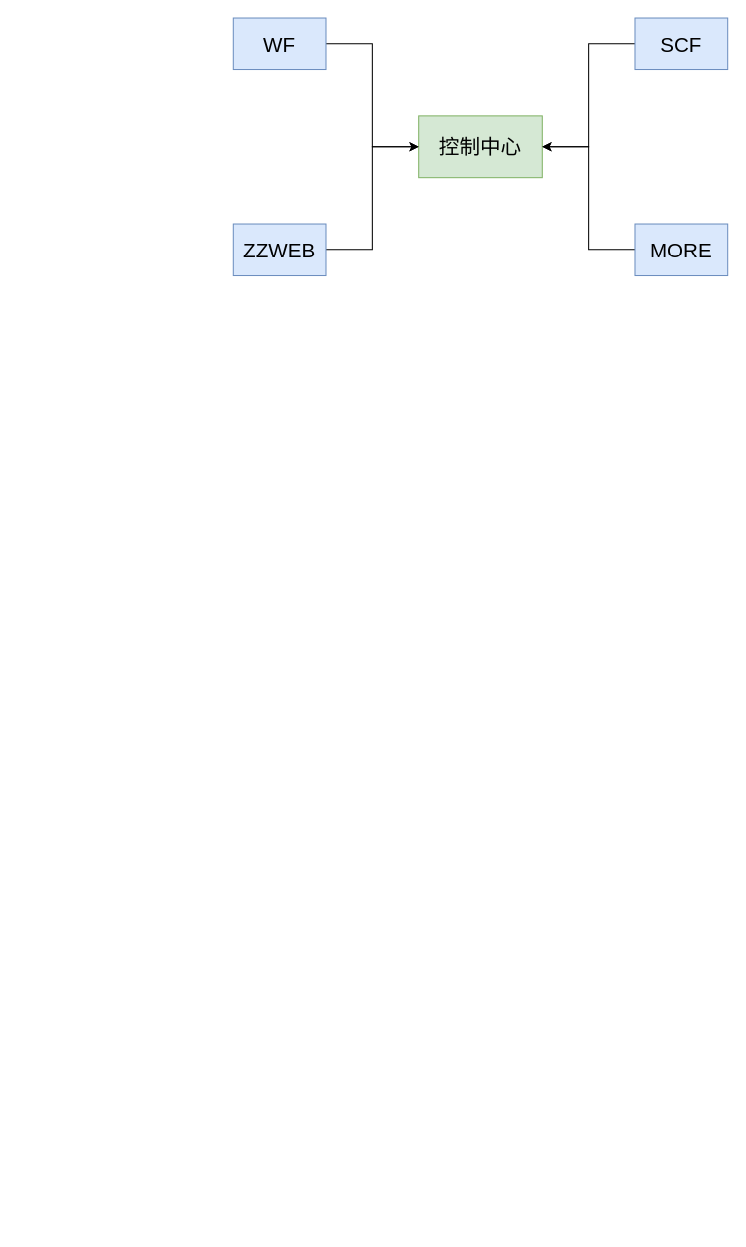
The draw.io diagram zz/srvmgr/Untitled Diagram.drawio in waterystone/draw_io, before the edit. Source tidied: cells renumbered, new cells numbered last; positions are measured from the earlier drawing's top-left corner, leaving out a move shared by most shapes. Both pictures are drawn from the tidied source at 103%, with x=0, y=0 at pixel (233, 18).
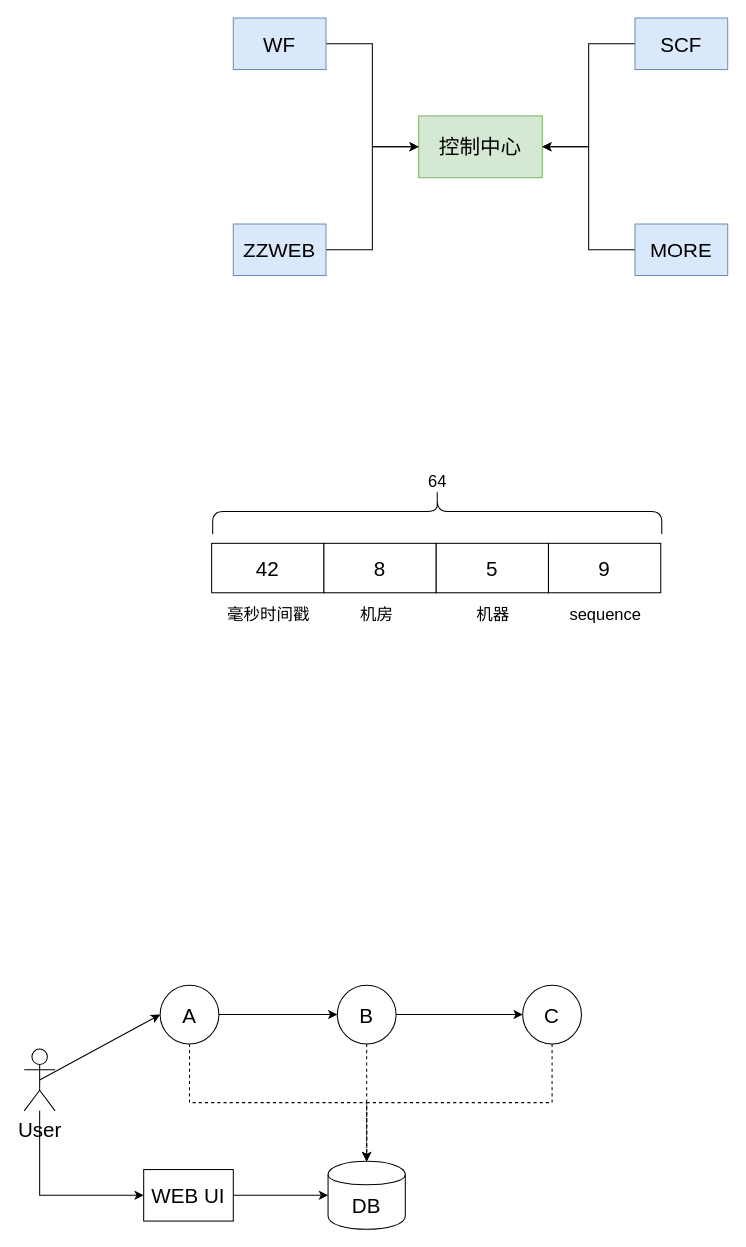
The same diagram, later.

Diff of the diagram source:
```diff
@@
+    <mxCell id="11" value="&lt;font style=&quot;font-size: 20px&quot;&gt;42&lt;/font&gt;" style="rounded=0;whiteSpace=wrap;html=1;" parent="1" vertex="1">
+      <mxGeometry x="-21" y="510" width="109" height="48" as="geometry" />
+    </mxCell>
+    <mxCell id="12" value="&lt;font style=&quot;font-size: 20px&quot;&gt;8&lt;/font&gt;" style="rounded=0;whiteSpace=wrap;html=1;" parent="1" vertex="1">
+      <mxGeometry x="88" y="510" width="109" height="48" as="geometry" />
+    </mxCell>
+    <mxCell id="13" value="&lt;font style=&quot;font-size: 20px&quot;&gt;5&lt;/font&gt;" style="rounded=0;whiteSpace=wrap;html=1;" parent="1" vertex="1">
+      <mxGeometry x="197" y="510" width="109" height="48" as="geometry" />
+    </mxCell>
+    <mxCell id="14" value="&lt;font style=&quot;font-size: 20px&quot;&gt;9&lt;/font&gt;" style="rounded=0;whiteSpace=wrap;html=1;" parent="1" vertex="1">
+      <mxGeometry x="306" y="510" width="109" height="48" as="geometry" />
+    </mxCell>
+    <mxCell id="15" value="&lt;font style=&quot;font-size: 16px&quot;&gt;毫秒时间戳&lt;/font&gt;" style="text;html=1;align=center;verticalAlign=middle;" parent="1" vertex="1">
+      <mxGeometry x="-11.5" y="569" width="90" height="19" as="geometry" />
+    </mxCell>
+    <mxCell id="16" value="&lt;font style=&quot;font-size: 16px&quot;&gt;机房&lt;/font&gt;" style="text;html=1;align=center;verticalAlign=middle;" parent="1" vertex="1">
+      <mxGeometry x="118" y="569" width="42" height="19" as="geometry" />
+    </mxCell>
+    <mxCell id="17" value="&lt;span style=&quot;font-size: 16px&quot;&gt;机器&lt;/span&gt;" style="text;html=1;align=center;verticalAlign=middle;" parent="1" vertex="1">
+      <mxGeometry x="230.5" y="569" width="42" height="19" as="geometry" />
+    </mxCell>
+    <mxCell id="18" value="&lt;span style=&quot;font-size: 16px&quot;&gt;sequence&lt;/span&gt;" style="text;html=1;align=center;verticalAlign=middle;" parent="1" vertex="1">
+      <mxGeometry x="321.5" y="569" width="79" height="19" as="geometry" />
+    </mxCell>
+    <mxCell id="19" style="shape=curlyBracket;whiteSpace=wrap;html=1;rounded=1;rotation=90;" parent="1" vertex="1">
+      <mxGeometry x="176" y="261" width="44" height="436" as="geometry" />
+    </mxCell>
+    <mxCell id="20" value="&lt;font style=&quot;font-size: 16px&quot;&gt;64&lt;/font&gt;" style="text;html=1;align=center;verticalAlign=middle;" parent="1" vertex="1">
+      <mxGeometry x="184" y="440" width="28" height="19" as="geometry" />
+    </mxCell>
+    <mxCell id="21" style="edgeStyle=orthogonalEdgeStyle;rounded=0;jettySize=auto;html=1;exitX=0.5;exitY=1;exitDx=0;exitDy=0;dashed=1;" parent="1" edge="1" source="22" target="30">
+      <mxGeometry relative="1" as="geometry" />
+    </mxCell>
+    <mxCell id="22" value="&lt;font style=&quot;font-size: 20px&quot;&gt;A&lt;/font&gt;" style="ellipse;whiteSpace=wrap;html=1;" parent="1" vertex="1">
+      <mxGeometry x="-71" y="939" width="57" height="57" as="geometry" />
+    </mxCell>
+    <mxCell id="23" style="edgeStyle=orthogonalEdgeStyle;rounded=0;jettySize=auto;html=1;exitX=0.5;exitY=1;exitDx=0;exitDy=0;dashed=1;" parent="1" edge="1" source="24" target="30">
+      <mxGeometry relative="1" as="geometry" />
+    </mxCell>
+    <mxCell id="24" value="&lt;span style=&quot;font-size: 20px&quot;&gt;B&lt;/span&gt;" style="ellipse;whiteSpace=wrap;html=1;" parent="1" vertex="1">
+      <mxGeometry x="101" y="939" width="57" height="57" as="geometry" />
+    </mxCell>
+    <mxCell id="25" style="edgeStyle=orthogonalEdgeStyle;rounded=0;jettySize=auto;html=1;exitX=0.5;exitY=1;exitDx=0;exitDy=0;entryX=0.5;entryY=0;entryDx=0;entryDy=0;dashed=1;" parent="1" edge="1" source="26" target="30">
+      <mxGeometry relative="1" as="geometry" />
+    </mxCell>
+    <mxCell id="26" value="&lt;span style=&quot;font-size: 20px&quot;&gt;C&lt;/span&gt;" style="ellipse;whiteSpace=wrap;html=1;" parent="1" vertex="1">
+      <mxGeometry x="281" y="939" width="57" height="57" as="geometry" />
+    </mxCell>
+    <mxCell id="27" style="endArrow=classic;html=1;exitX=1;exitY=0.5;exitDx=0;exitDy=0;entryX=0;entryY=0.5;entryDx=0;entryDy=0;" parent="1" edge="1" source="22" target="24">
+      <mxGeometry relative="1" as="geometry" />
+    </mxCell>
+    <mxCell id="28" style="endArrow=classic;html=1;exitX=1;exitY=0.5;exitDx=0;exitDy=0;entryX=0;entryY=0.5;entryDx=0;entryDy=0;" parent="1" edge="1" source="24" target="26">
+      <mxGeometry relative="1" as="geometry" />
+    </mxCell>
+    <mxCell id="29" style="edgeStyle=orthogonalEdgeStyle;rounded=0;jettySize=auto;html=1;exitX=0;exitY=0.5;exitDx=0;exitDy=0;endArrow=none;endFill=0;startArrow=classic;startFill=1;" parent="1" edge="1" source="30" target="33">
+      <mxGeometry relative="1" as="geometry" />
+    </mxCell>
+    <mxCell id="30" value="&lt;font style=&quot;font-size: 20px&quot;&gt;DB&lt;/font&gt;" style="shape=cylinder;whiteSpace=wrap;html=1;boundedLbl=1;backgroundOutline=1;" parent="1" vertex="1">
+      <mxGeometry x="92" y="1110" width="75" height="66" as="geometry" />
+    </mxCell>
+    <mxCell id="31" value="&lt;font style=&quot;font-size: 20px&quot;&gt;User&lt;/font&gt;" style="shape=umlActor;verticalLabelPosition=bottom;labelBackgroundColor=#ffffff;verticalAlign=top;html=1;outlineConnect=0;" parent="1" vertex="1">
+      <mxGeometry x="-203" y="1001" width="30" height="60" as="geometry" />
+    </mxCell>
+    <mxCell id="32" style="edgeStyle=orthogonalEdgeStyle;rounded=0;jettySize=auto;html=1;exitX=0;exitY=0.5;exitDx=0;exitDy=0;startArrow=classic;startFill=1;endArrow=none;endFill=0;" parent="1" edge="1" source="33" target="31">
+      <mxGeometry relative="1" as="geometry" />
+    </mxCell>
+    <mxCell id="33" value="&lt;font style=&quot;font-size: 20px&quot;&gt;WEB UI&lt;/font&gt;" style="rounded=0;whiteSpace=wrap;html=1;" parent="1" vertex="1">
+      <mxGeometry x="-87" y="1118" width="87" height="50" as="geometry" />
+    </mxCell>
+    <mxCell id="34" style="endArrow=classic;html=1;exitX=0.5;exitY=0.5;exitDx=0;exitDy=0;exitPerimeter=0;entryX=0;entryY=0.5;entryDx=0;entryDy=0;" parent="1" edge="1" source="31" target="22">
+      <mxGeometry relative="1" as="geometry" />
+    </mxCell>
```
